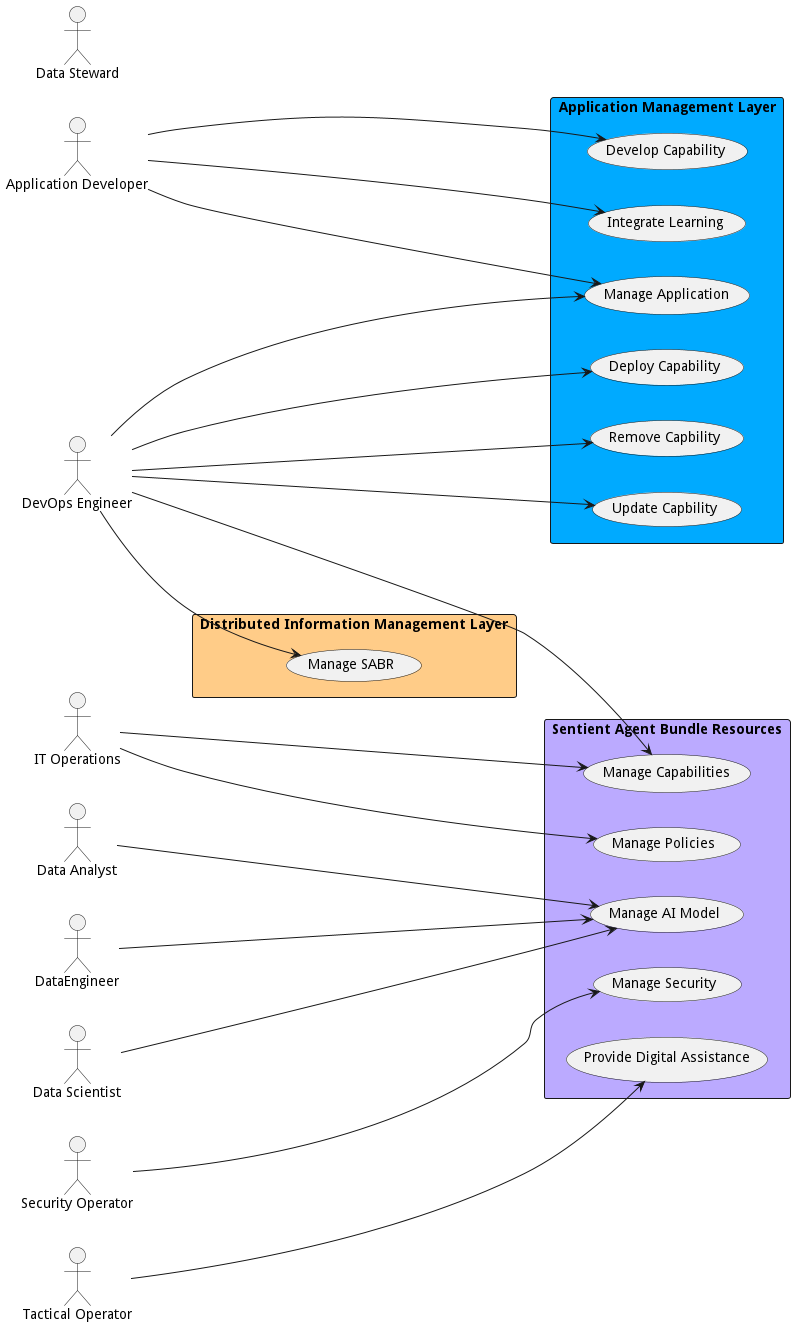
This is docs/actors/Actors.png from madajaju/sabr, a PlantUML export, as it was before one commit. Source of this version:
```plantuml
@startuml

left to right direction

Actor "Application Developer" as ApplicationDeveloper

Actor "Data Analyst" as DataAnalyst

Actor "DataEngineer" as DataEngineer

Actor "Data Scientist" as DataScientist

Actor "Data Steward" as DataSteward

Actor "DevOps Engineer" as DevOpsEngineer

Actor "IT Operations" as ITOperations

Actor "Security Operator" as SecurityOperator

Actor "Tactical Operator" as TacticalOperator



rectangle "Application Management Layer" as aml  #00aaff {
        usecase "Integrate Learning" as IntegrateLearning

        ApplicationDeveloper ---> IntegrateLearning

    usecase "Manage Application" as ManageApplication

        DevOpsEngineer ---> ManageApplication

        ApplicationDeveloper ---> ManageApplication


}

rectangle "Application Management Layer" as aml  #00aaff {
        usecase "Develop Capability" as DevelopCapability

        ApplicationDeveloper --> DevelopCapability

    usecase "Deploy Capability" as DeployCapability

        DevOpsEngineer --> DeployCapability

    usecase "Remove Capbility" as RemoveCapbility

        DevOpsEngineer --> RemoveCapbility

    usecase "Update Capbility" as UpdateCapbility

        DevOpsEngineer --> UpdateCapbility


}

rectangle "Sentient Agent Bundle Resources" as sabr  #bbaaff {
        usecase "Manage AI Model" as ManageAIModel

        DataEngineer ---> ManageAIModel

        DataScientist ---> ManageAIModel

        DataAnalyst ---> ManageAIModel

    usecase "Manage Capabilities" as ManageCapabilities

        DevOpsEngineer ---> ManageCapabilities

        ITOperations ---> ManageCapabilities

    usecase "Manage Policies" as ManagePolicies

        ITOperations ---> ManagePolicies

    usecase "Manage Security" as ManageSecurity

        SecurityOperator ---> ManageSecurity

    usecase "Provide Digital Assistance" as ProvideDigitalAssistance

        TacticalOperator ---> ProvideDigitalAssistance


}

rectangle "Distributed Information Management Layer" as diml  #ffcc88 {
        usecase "Manage SABR" as ManageSABR

        DevOpsEngineer --> ManageSABR


}


@enduml
```
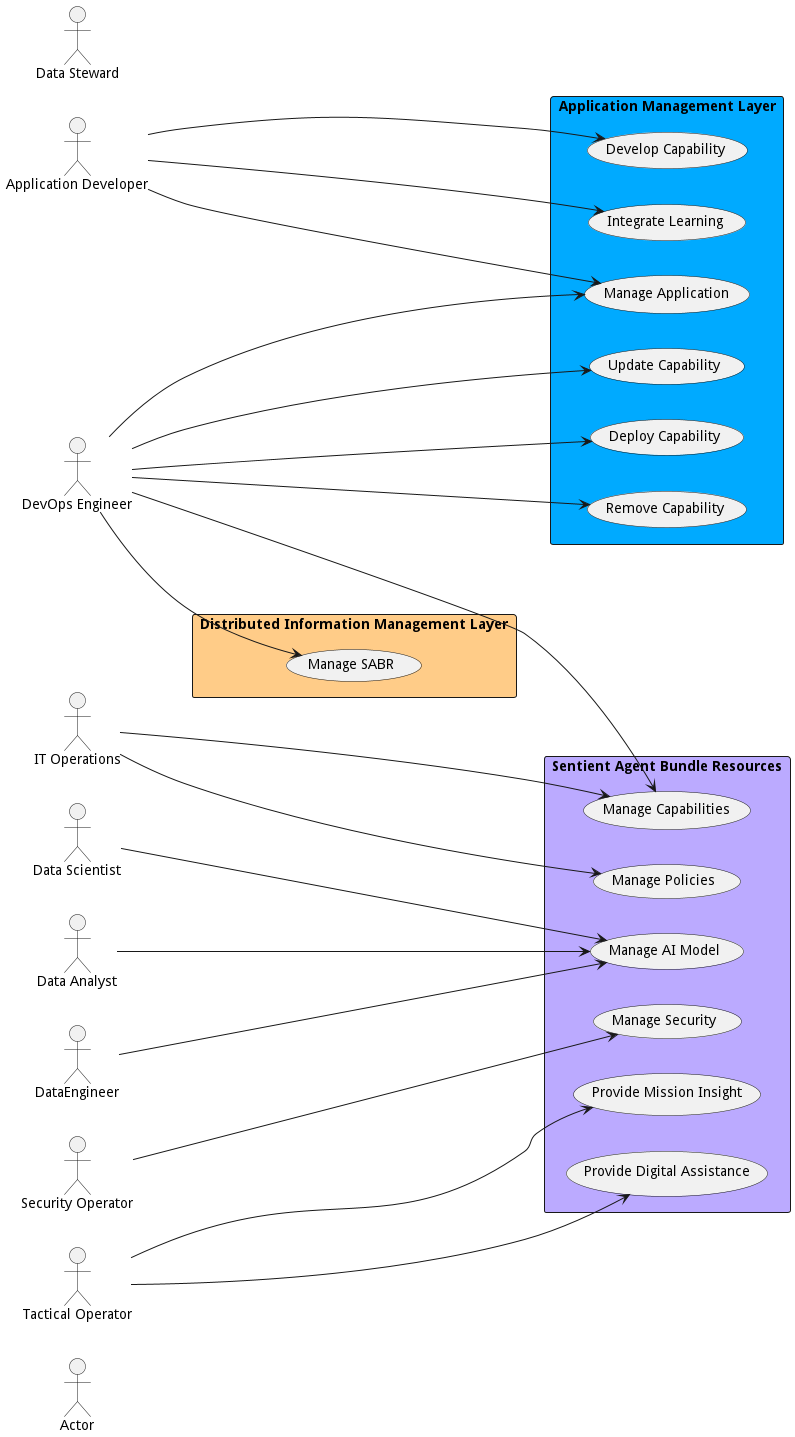
After the commit.

The edit, as a diff of the source:
```diff
@@ -1,6 +1,8 @@
 @startuml
 
 left to right direction
+
+Actor "Actor" as Actor
 
 Actor "Application Developer" as ApplicationDeveloper
 
@@ -45,13 +47,13 @@
 
         DevOpsEngineer --> DeployCapability
 
-    usecase "Remove Capbility" as RemoveCapbility
+    usecase "Remove Capability" as RemoveCapability
 
-        DevOpsEngineer --> RemoveCapbility
+        DevOpsEngineer --> RemoveCapability
 
-    usecase "Update Capbility" as UpdateCapbility
+    usecase "Update Capability" as UpdateCapability
 
-        DevOpsEngineer --> UpdateCapbility
+        DevOpsEngineer --> UpdateCapability
 
 
 }
@@ -83,6 +85,10 @@
 
         TacticalOperator ---> ProvideDigitalAssistance
 
+    usecase "Provide Mission Insight" as ProvideMissionInsight
+
+        TacticalOperator ---> ProvideMissionInsight
+
 
 }
 
```
